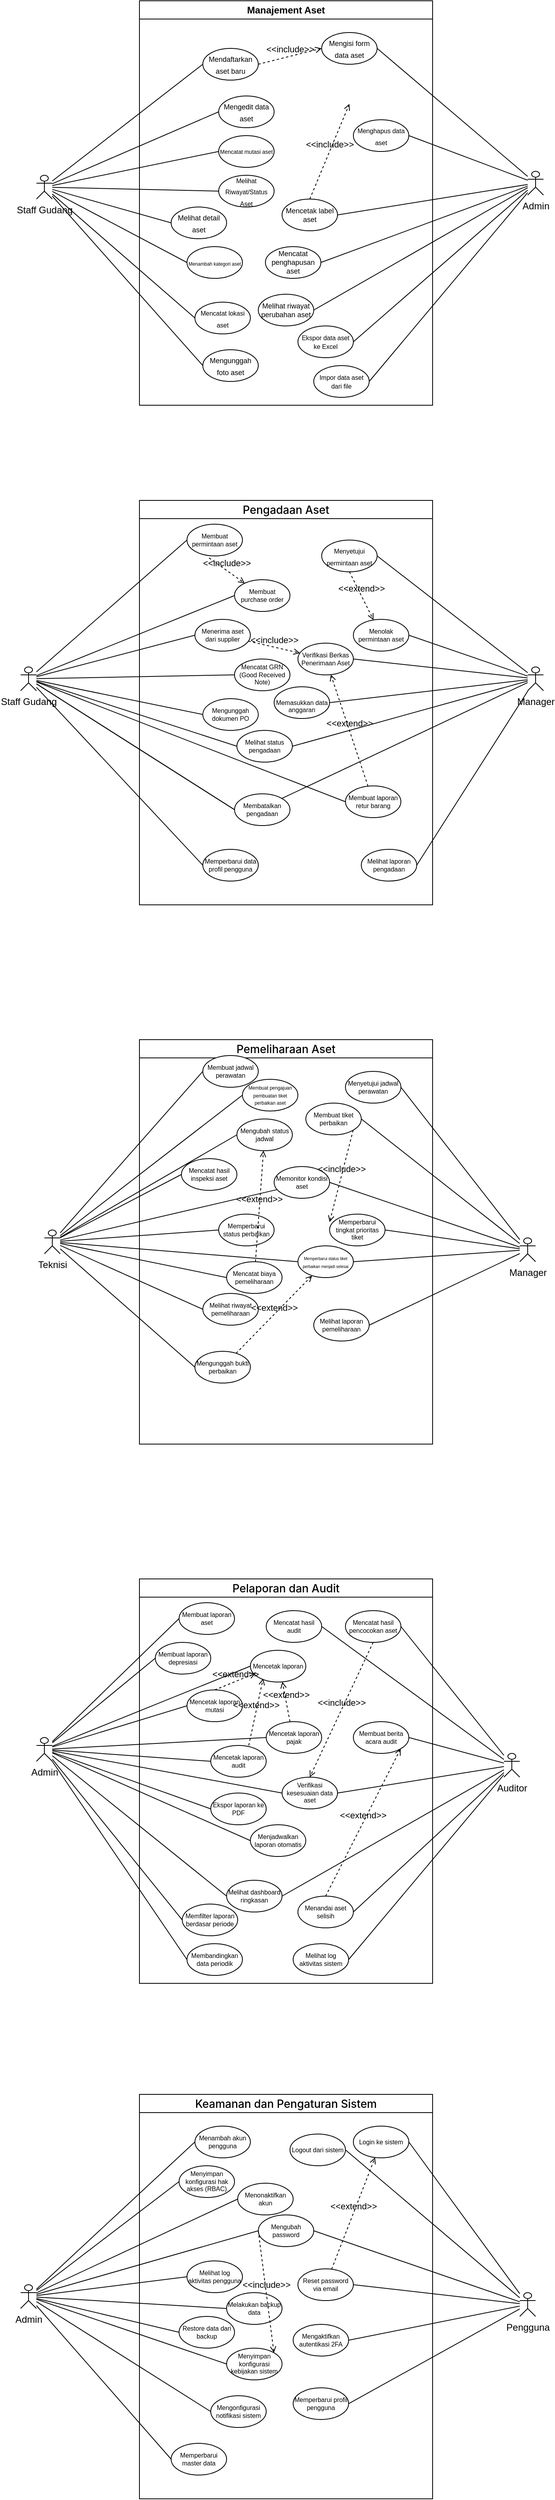
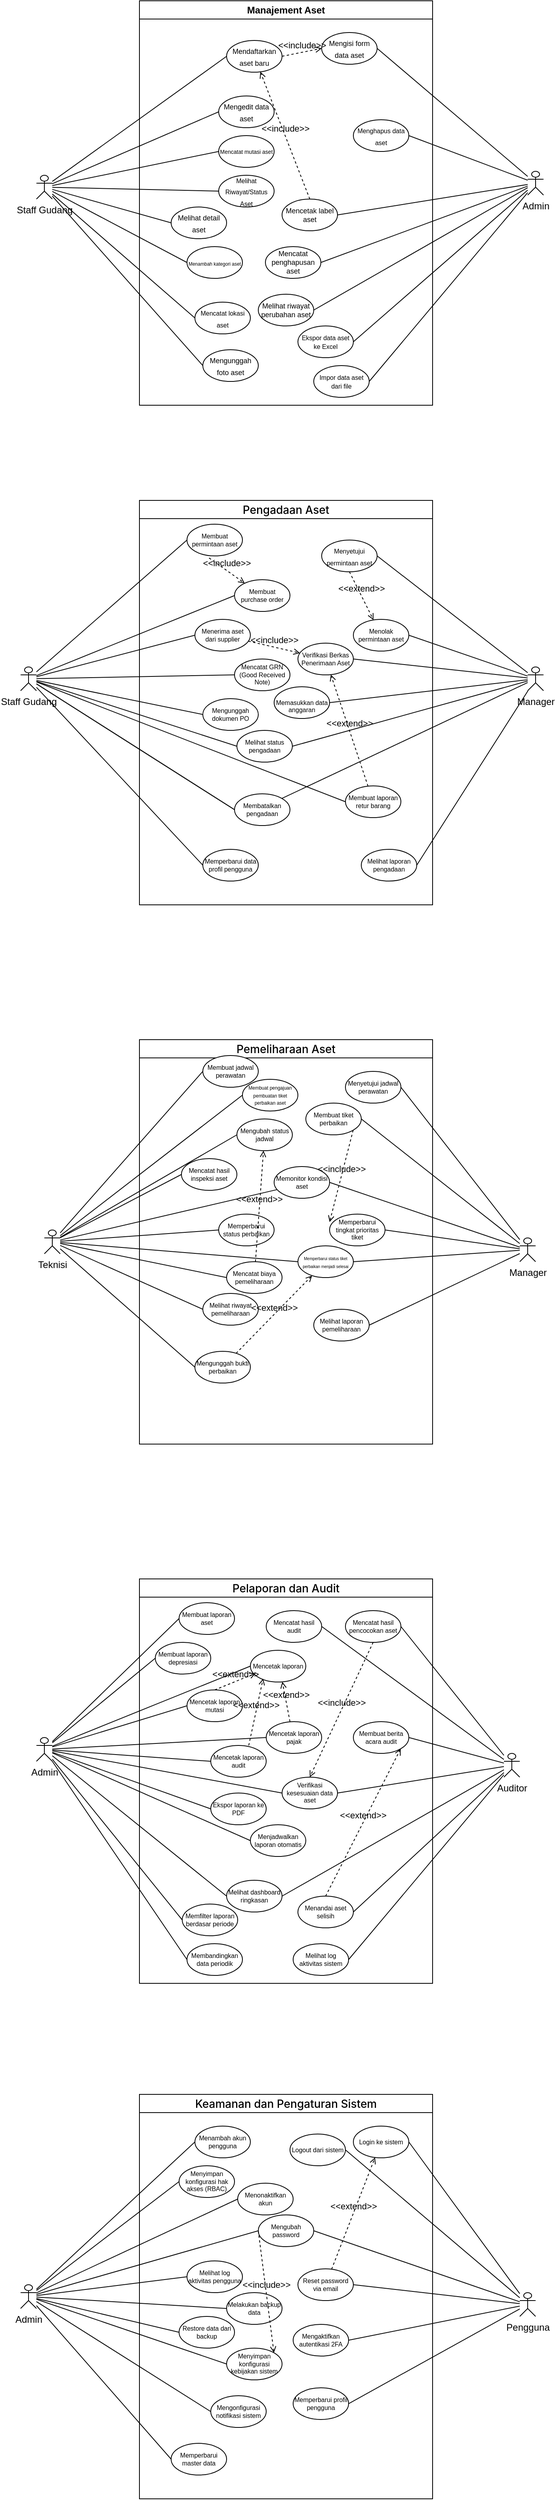
<mxfile host="app.diagrams.net">
  <diagram name="Halaman-1" id="vrqg1WvFMhjWSPYmkqD6">
    <mxGraphModel dx="624" dy="344" grid="1" gridSize="10" guides="1" tooltips="1" connect="1" arrows="1" fold="1" page="1" pageScale="1" pageWidth="827" pageHeight="1169" math="0" shadow="0">
      <root>
        <mxCell id="0" />
        <mxCell id="1" parent="0" />
        <mxCell id="ttJMnmOJ9A8DWHro3bs2-210" parent="1" style="shape=umlActor;verticalLabelPosition=bottom;verticalAlign=top;html=1;outlineConnect=0;" value="Staff Gudang" vertex="1">
          <mxGeometry height="30" width="20" x="90" y="310" as="geometry" />
        </mxCell>
        <mxCell id="ttJMnmOJ9A8DWHro3bs2-211" parent="1" style="shape=umlActor;verticalLabelPosition=bottom;verticalAlign=top;html=1;outlineConnect=0;" value="Admin" vertex="1">
          <mxGeometry height="30" width="20" x="710" y="305" as="geometry" />
        </mxCell>
-         <mxCell id="ttJMnmOJ9A8DWHro3bs2-212" parent="1" style="ellipse;whiteSpace=wrap;html=1;align=center;" value="&lt;span style=&quot;&quot;&gt;&lt;font style=&quot;font-size: 9px;&quot;&gt;Mendaftarkan aset baru&lt;/font&gt;&lt;/span&gt;" vertex="1">
-           <mxGeometry height="40" width="70" x="300" y="150" as="geometry" />
-         </mxCell>
        <mxCell id="ttJMnmOJ9A8DWHro3bs2-215" edge="1" parent="1" source="ttJMnmOJ9A8DWHro3bs2-216" style="rounded=0;orthogonalLoop=1;jettySize=auto;html=1;exitX=0;exitY=0.5;exitDx=0;exitDy=0;endArrow=none;endFill=0;" target="ttJMnmOJ9A8DWHro3bs2-210">
          <mxGeometry relative="1" as="geometry" />
        </mxCell>
        <mxCell id="ttJMnmOJ9A8DWHro3bs2-217" edge="1" parent="1" source="ttJMnmOJ9A8DWHro3bs2-218" style="rounded=0;orthogonalLoop=1;jettySize=auto;html=1;exitX=0;exitY=0.5;exitDx=0;exitDy=0;endArrow=none;endFill=0;" target="ttJMnmOJ9A8DWHro3bs2-210">
          <mxGeometry relative="1" as="geometry" />
        </mxCell>
        <mxCell id="ttJMnmOJ9A8DWHro3bs2-219" parent="1" style="ellipse;whiteSpace=wrap;html=1;align=center;" value="&lt;span style=&quot;font-size: 6px;&quot;&gt;Menambah kategori aset&lt;/span&gt;" vertex="1">
          <mxGeometry height="40" width="70" x="280" y="400" as="geometry" />
        </mxCell>
        <mxCell id="ttJMnmOJ9A8DWHro3bs2-220" parent="1" style="ellipse;whiteSpace=wrap;html=1;align=center;" value="&lt;span style=&quot;&quot;&gt;&lt;font style=&quot;font-size: 9px;&quot;&gt;Mengunggah foto aset&lt;/font&gt;&lt;/span&gt;" vertex="1">
          <mxGeometry height="40" width="70" x="300" y="530" as="geometry" />
        </mxCell>
        <mxCell id="ttJMnmOJ9A8DWHro3bs2-221" parent="1" style="ellipse;whiteSpace=wrap;html=1;align=center;" value="&lt;span style=&quot;&quot;&gt;&lt;font style=&quot;font-size: 9px;&quot;&gt;Mengedit data aset&lt;/font&gt;&lt;/span&gt;" vertex="1">
          <mxGeometry height="40" width="70" x="320" y="210" as="geometry" />
        </mxCell>
        <mxCell id="ttJMnmOJ9A8DWHro3bs2-222" parent="1" style="ellipse;whiteSpace=wrap;html=1;align=center;" value="&lt;span style=&quot;&quot;&gt;&lt;font style=&quot;font-size: 8px;&quot;&gt;Mencatat lokasi aset&lt;/font&gt;&lt;/span&gt;" vertex="1">
          <mxGeometry height="40" width="70" x="290" y="470" as="geometry" />
        </mxCell>
        <mxCell id="ttJMnmOJ9A8DWHro3bs2-223" parent="1" style="ellipse;whiteSpace=wrap;html=1;align=center;" value="&lt;span style=&quot;&quot;&gt;&lt;font style=&quot;font-size: 9px;&quot;&gt;Mengisi form data aset&lt;/font&gt;&lt;/span&gt;" vertex="1">
          <mxGeometry height="40" width="70" x="450" y="130" as="geometry" />
        </mxCell>
        <mxCell id="ttJMnmOJ9A8DWHro3bs2-226" edge="1" parent="1" source="ttJMnmOJ9A8DWHro3bs2-227" style="rounded=0;orthogonalLoop=1;jettySize=auto;html=1;exitX=1;exitY=0.5;exitDx=0;exitDy=0;endArrow=none;endFill=0;" target="ttJMnmOJ9A8DWHro3bs2-211">
          <mxGeometry relative="1" as="geometry">
            <mxPoint x="710" y="340" as="targetPoint" />
          </mxGeometry>
        </mxCell>
        <mxCell id="ttJMnmOJ9A8DWHro3bs2-232" edge="1" parent="1" source="ttJMnmOJ9A8DWHro3bs2-212" style="rounded=0;orthogonalLoop=1;jettySize=auto;html=1;exitX=0;exitY=0.5;exitDx=0;exitDy=0;endArrow=none;endFill=0;" target="ttJMnmOJ9A8DWHro3bs2-210">
          <mxGeometry relative="1" as="geometry" />
        </mxCell>
        <mxCell id="ttJMnmOJ9A8DWHro3bs2-233" edge="1" parent="1" source="ttJMnmOJ9A8DWHro3bs2-221" style="rounded=0;orthogonalLoop=1;jettySize=auto;html=1;exitX=0;exitY=0.5;exitDx=0;exitDy=0;endArrow=none;endFill=0;" target="ttJMnmOJ9A8DWHro3bs2-210">
          <mxGeometry relative="1" as="geometry" />
        </mxCell>
        <mxCell id="ttJMnmOJ9A8DWHro3bs2-234" edge="1" parent="1" source="ttJMnmOJ9A8DWHro3bs2-220" style="rounded=0;orthogonalLoop=1;jettySize=auto;html=1;exitX=0;exitY=0.5;exitDx=0;exitDy=0;endArrow=none;endFill=0;" target="ttJMnmOJ9A8DWHro3bs2-210">
          <mxGeometry relative="1" as="geometry" />
        </mxCell>
        <mxCell id="ttJMnmOJ9A8DWHro3bs2-235" edge="1" parent="1" source="ttJMnmOJ9A8DWHro3bs2-219" style="rounded=0;orthogonalLoop=1;jettySize=auto;html=1;exitX=0;exitY=0.5;exitDx=0;exitDy=0;startSize=5;endArrow=none;endFill=0;" target="ttJMnmOJ9A8DWHro3bs2-210">
          <mxGeometry relative="1" as="geometry" />
        </mxCell>
        <mxCell id="ttJMnmOJ9A8DWHro3bs2-236" edge="1" parent="1" source="ttJMnmOJ9A8DWHro3bs2-222" style="rounded=0;orthogonalLoop=1;jettySize=auto;html=1;exitX=0;exitY=0.5;exitDx=0;exitDy=0;endArrow=none;endFill=0;" target="ttJMnmOJ9A8DWHro3bs2-210">
          <mxGeometry relative="1" as="geometry" />
        </mxCell>
        <mxCell id="ttJMnmOJ9A8DWHro3bs2-237" edge="1" parent="1" source="ttJMnmOJ9A8DWHro3bs2-223" style="rounded=0;orthogonalLoop=1;jettySize=auto;html=1;exitX=1;exitY=0.5;exitDx=0;exitDy=0;endArrow=none;endFill=0;" target="ttJMnmOJ9A8DWHro3bs2-211">
          <mxGeometry relative="1" as="geometry" />
        </mxCell>
        <mxCell id="ttJMnmOJ9A8DWHro3bs2-240" edge="1" parent="1" source="ttJMnmOJ9A8DWHro3bs2-230" style="rounded=0;orthogonalLoop=1;jettySize=auto;html=1;exitX=1;exitY=0.5;exitDx=0;exitDy=0;endArrow=none;endFill=0;" target="ttJMnmOJ9A8DWHro3bs2-211">
          <mxGeometry relative="1" as="geometry" />
        </mxCell>
        <mxCell id="ttJMnmOJ9A8DWHro3bs2-241" edge="1" parent="1" source="ttJMnmOJ9A8DWHro3bs2-228" style="rounded=0;orthogonalLoop=1;jettySize=auto;html=1;exitX=1;exitY=0.5;exitDx=0;exitDy=0;endArrow=none;endFill=0;" target="ttJMnmOJ9A8DWHro3bs2-211">
          <mxGeometry relative="1" as="geometry" />
        </mxCell>
        <mxCell id="ttJMnmOJ9A8DWHro3bs2-242" edge="1" parent="1" source="ttJMnmOJ9A8DWHro3bs2-225" style="rounded=0;orthogonalLoop=1;jettySize=auto;html=1;exitX=1;exitY=0.5;exitDx=0;exitDy=0;endArrow=none;endFill=0;" target="ttJMnmOJ9A8DWHro3bs2-211">
          <mxGeometry relative="1" as="geometry" />
        </mxCell>
        <mxCell id="ttJMnmOJ9A8DWHro3bs2-243" edge="1" parent="1" source="ttJMnmOJ9A8DWHro3bs2-231" style="rounded=0;orthogonalLoop=1;jettySize=auto;html=1;exitX=1;exitY=0.5;exitDx=0;exitDy=0;endArrow=none;endFill=0;" target="ttJMnmOJ9A8DWHro3bs2-211">
          <mxGeometry relative="1" as="geometry" />
        </mxCell>
-         <mxCell id="ttJMnmOJ9A8DWHro3bs2-244" edge="1" parent="1" source="ttJMnmOJ9A8DWHro3bs2-228" style="html=1;verticalAlign=bottom;labelBackgroundColor=none;endArrow=open;endFill=0;dashed=1;rounded=0;exitX=0.5;exitY=0;exitDx=0;exitDy=0;entryX=0.5;entryY=1;entryDx=0;entryDy=0;" value="&amp;lt;&amp;lt;include&amp;gt;&amp;gt;">
-           <mxGeometry relative="1" width="160" as="geometry">
-             <mxPoint x="380" y="390" as="sourcePoint" />
-             <mxPoint x="485" y="220" as="targetPoint" />
-           </mxGeometry>
-         </mxCell>
        <mxCell id="ttJMnmOJ9A8DWHro3bs2-245" edge="1" parent="1" source="ttJMnmOJ9A8DWHro3bs2-212" style="html=1;verticalAlign=bottom;labelBackgroundColor=none;endArrow=open;endFill=0;dashed=1;rounded=0;entryX=0;entryY=0.5;entryDx=0;entryDy=0;exitX=1;exitY=0.5;exitDx=0;exitDy=0;" target="ttJMnmOJ9A8DWHro3bs2-223" value="&amp;lt;&amp;lt;include&amp;gt;&amp;gt;">
          <mxGeometry relative="1" width="160" as="geometry">
            <mxPoint x="400" y="170" as="sourcePoint" />
            <mxPoint x="560" y="170" as="targetPoint" />
          </mxGeometry>
        </mxCell>
        <mxCell id="ttJMnmOJ9A8DWHro3bs2-248" parent="1" style="swimlane;whiteSpace=wrap;html=1;startSize=23;" value="Manajement Aset" vertex="1">
          <mxGeometry height="510" width="370" x="220" y="90" as="geometry" />
        </mxCell>
        <mxCell id="ttJMnmOJ9A8DWHro3bs2-218" parent="ttJMnmOJ9A8DWHro3bs2-248" style="ellipse;whiteSpace=wrap;html=1;align=center;" value="&lt;span style=&quot;&quot;&gt;&lt;font style=&quot;font-size: 9px;&quot;&gt;Melihat detail aset&lt;/font&gt;&lt;/span&gt;" vertex="1">
          <mxGeometry height="40" width="70" x="40" y="260" as="geometry" />
        </mxCell>
        <mxCell id="ttJMnmOJ9A8DWHro3bs2-216" parent="ttJMnmOJ9A8DWHro3bs2-248" style="ellipse;whiteSpace=wrap;html=1;align=center;" value="&lt;font style=&quot;font-size: 8px;&quot;&gt;Melihat Riwayat/Status Aset&lt;/font&gt;" vertex="1">
          <mxGeometry height="40" width="70" x="100" y="220" as="geometry" />
        </mxCell>
        <mxCell id="ttJMnmOJ9A8DWHro3bs2-230" parent="ttJMnmOJ9A8DWHro3bs2-248" style="ellipse;whiteSpace=wrap;html=1;verticalAlign=middle;fontSize=9;align=center;" value="Mencatat penghapusan aset" vertex="1">
          <mxGeometry height="40" width="70" x="159" y="310" as="geometry" />
        </mxCell>
        <mxCell id="ttJMnmOJ9A8DWHro3bs2-214" parent="ttJMnmOJ9A8DWHro3bs2-248" style="ellipse;whiteSpace=wrap;html=1;align=center;" value="&lt;span style=&quot;&quot;&gt;&lt;font style=&quot;font-size: 8px;&quot;&gt;Menghapus data aset&lt;/font&gt;&lt;/span&gt;" vertex="1">
          <mxGeometry height="40" width="70" x="270" y="150" as="geometry" />
        </mxCell>
        <mxCell id="ttJMnmOJ9A8DWHro3bs2-229" parent="ttJMnmOJ9A8DWHro3bs2-248" style="ellipse;whiteSpace=wrap;html=1;verticalAlign=middle;fontSize=9;align=center;" value="&lt;font style=&quot;font-size: 7px;&quot;&gt;Mencatat mutasi aset&lt;/font&gt;" vertex="1">
          <mxGeometry height="40" width="70" x="100" y="170" as="geometry" />
        </mxCell>
        <mxCell id="ttJMnmOJ9A8DWHro3bs2-225" parent="ttJMnmOJ9A8DWHro3bs2-248" style="ellipse;whiteSpace=wrap;html=1;verticalAlign=middle;fontSize=9;align=center;" value="Melihat riwayat perubahan aset" vertex="1">
          <mxGeometry height="40" width="70" x="150" y="370" as="geometry" />
        </mxCell>
        <mxCell id="ttJMnmOJ9A8DWHro3bs2-231" parent="ttJMnmOJ9A8DWHro3bs2-248" style="ellipse;whiteSpace=wrap;html=1;verticalAlign=middle;fontSize=9;align=center;" value="&lt;font style=&quot;font-size: 8px;&quot;&gt;Impor data aset dari file&lt;/font&gt;" vertex="1">
          <mxGeometry height="40" width="70" x="220" y="460" as="geometry" />
        </mxCell>
        <mxCell id="ttJMnmOJ9A8DWHro3bs2-227" parent="ttJMnmOJ9A8DWHro3bs2-248" style="ellipse;whiteSpace=wrap;html=1;verticalAlign=middle;fontSize=9;align=center;" value="&lt;font style=&quot;font-size: 8px;&quot;&gt;Ekspor data aset ke Excel&lt;/font&gt;" vertex="1">
          <mxGeometry height="40" width="70" x="200" y="410" as="geometry" />
        </mxCell>
        <mxCell id="ttJMnmOJ9A8DWHro3bs2-228" parent="ttJMnmOJ9A8DWHro3bs2-248" style="ellipse;whiteSpace=wrap;html=1;verticalAlign=middle;fontSize=9;align=center;" value="Mencetak label aset" vertex="1">
          <mxGeometry height="40" width="70" x="180" y="250" as="geometry" />
+         </mxCell>
+         <mxCell id="ttJMnmOJ9A8DWHro3bs2-212" parent="ttJMnmOJ9A8DWHro3bs2-248" style="ellipse;whiteSpace=wrap;html=1;align=center;" value="&lt;span style=&quot;&quot;&gt;&lt;font style=&quot;font-size: 9px;&quot;&gt;Mendaftarkan aset baru&lt;/font&gt;&lt;/span&gt;" vertex="1">
+           <mxGeometry height="40" width="70" x="110" y="50" as="geometry" />
+         </mxCell>
+         <mxCell id="ttJMnmOJ9A8DWHro3bs2-244" edge="1" parent="ttJMnmOJ9A8DWHro3bs2-248" source="ttJMnmOJ9A8DWHro3bs2-228" style="html=1;verticalAlign=bottom;labelBackgroundColor=none;endArrow=open;endFill=0;dashed=1;rounded=0;exitX=0.5;exitY=0;exitDx=0;exitDy=0;" target="ttJMnmOJ9A8DWHro3bs2-212" value="&amp;lt;&amp;lt;include&amp;gt;&amp;gt;">
+           <mxGeometry relative="1" width="160" as="geometry">
+             <mxPoint x="160" y="300" as="sourcePoint" />
+             <mxPoint x="265" y="130" as="targetPoint" />
+           </mxGeometry>
        </mxCell>
        <mxCell id="ttJMnmOJ9A8DWHro3bs2-249" parent="1" style="swimlane;whiteSpace=wrap;html=1;startSize=23;" value="&lt;span style=&quot;font-family: &amp;quot;Anthropic Sans&amp;quot;, -apple-system, BlinkMacSystemFont, &amp;quot;Segoe UI&amp;quot;, sans-serif; font-size: 14px; font-weight: 500; text-align: start; white-space: nowrap;&quot;&gt;Pengadaan Aset&lt;/span&gt;" vertex="1">
          <mxGeometry height="510" width="370" x="220" y="720" as="geometry" />
        </mxCell>
        <mxCell id="ttJMnmOJ9A8DWHro3bs2-253" parent="ttJMnmOJ9A8DWHro3bs2-249" style="ellipse;whiteSpace=wrap;html=1;align=center;fontSize=8;" value="&lt;span style=&quot;&quot;&gt;Membuat permintaan aset&lt;/span&gt;" vertex="1">
          <mxGeometry height="40" width="70" x="60" y="30" as="geometry" />
        </mxCell>
        <mxCell id="ttJMnmOJ9A8DWHro3bs2-254" parent="ttJMnmOJ9A8DWHro3bs2-249" style="ellipse;whiteSpace=wrap;html=1;align=center;fontSize=8;" value="&lt;span style=&quot;&quot;&gt;Membuat purchase order&lt;/span&gt;" vertex="1">
          <mxGeometry height="40" width="70" x="120" y="100" as="geometry" />
        </mxCell>
        <mxCell id="ttJMnmOJ9A8DWHro3bs2-260" parent="ttJMnmOJ9A8DWHro3bs2-249" style="ellipse;whiteSpace=wrap;html=1;align=center;fontSize=8;" value="&lt;span style=&quot;&quot;&gt;Menerima aset dari supplier&lt;/span&gt;" vertex="1">
          <mxGeometry height="40" width="70" x="70" y="150" as="geometry" />
        </mxCell>
        <mxCell id="ttJMnmOJ9A8DWHro3bs2-255" parent="ttJMnmOJ9A8DWHro3bs2-249" style="ellipse;whiteSpace=wrap;html=1;align=center;fontSize=8;" value="Memperbarui data profil pengguna" vertex="1">
          <mxGeometry height="40" width="70" x="80" y="440" as="geometry" />
        </mxCell>
        <mxCell id="ttJMnmOJ9A8DWHro3bs2-258" parent="ttJMnmOJ9A8DWHro3bs2-249" style="ellipse;whiteSpace=wrap;html=1;align=center;fontSize=8;" value="&lt;span style=&quot;&quot;&gt;Mencatat GRN (Good Received Note)&lt;/span&gt;" vertex="1">
          <mxGeometry height="40" width="70" x="120" y="200" as="geometry" />
        </mxCell>
        <mxCell id="ttJMnmOJ9A8DWHro3bs2-259" parent="ttJMnmOJ9A8DWHro3bs2-249" style="ellipse;whiteSpace=wrap;html=1;align=center;fontSize=8;" value="&lt;span style=&quot;&quot;&gt;Membatalkan pengadaan&lt;/span&gt;" vertex="1">
          <mxGeometry height="40" width="70" x="120" y="370" as="geometry" />
        </mxCell>
        <mxCell id="ttJMnmOJ9A8DWHro3bs2-256" parent="ttJMnmOJ9A8DWHro3bs2-249" style="ellipse;whiteSpace=wrap;html=1;align=center;fontSize=8;" value="&lt;span style=&quot;&quot;&gt;Mengunggah dokumen PO&lt;/span&gt;" vertex="1">
          <mxGeometry height="40" width="70" x="80" y="250" as="geometry" />
        </mxCell>
        <mxCell id="ttJMnmOJ9A8DWHro3bs2-257" parent="ttJMnmOJ9A8DWHro3bs2-249" style="ellipse;whiteSpace=wrap;html=1;align=center;fontSize=8;" value="&lt;span style=&quot;&quot;&gt;Melihat status pengadaan&lt;/span&gt;" vertex="1">
          <mxGeometry height="40" width="70" x="123" y="290" as="geometry" />
        </mxCell>
        <mxCell id="ttJMnmOJ9A8DWHro3bs2-263" parent="ttJMnmOJ9A8DWHro3bs2-249" style="ellipse;whiteSpace=wrap;html=1;align=center;" value="&lt;span style=&quot;&quot;&gt;&lt;font style=&quot;font-size: 8px;&quot;&gt;Menyetujui permintaan aset&lt;/font&gt;&lt;/span&gt;" vertex="1">
          <mxGeometry height="40" width="70" x="230" y="50" as="geometry" />
        </mxCell>
        <mxCell id="ttJMnmOJ9A8DWHro3bs2-261" parent="ttJMnmOJ9A8DWHro3bs2-249" style="ellipse;whiteSpace=wrap;html=1;align=center;fontSize=8;" value="&lt;span style=&quot;&quot;&gt;Menolak permintaan aset&lt;/span&gt;" vertex="1">
          <mxGeometry height="40" width="70" x="270" y="150" as="geometry" />
        </mxCell>
        <mxCell id="ttJMnmOJ9A8DWHro3bs2-262" parent="ttJMnmOJ9A8DWHro3bs2-249" style="ellipse;whiteSpace=wrap;html=1;align=center;fontSize=8;" value="&lt;br&gt;&lt;div&gt;Memasukkan data anggaran&lt;/div&gt;" vertex="1">
          <mxGeometry height="40" width="70" x="170" y="235" as="geometry" />
        </mxCell>
        <mxCell id="ttJMnmOJ9A8DWHro3bs2-264" parent="ttJMnmOJ9A8DWHro3bs2-249" style="ellipse;whiteSpace=wrap;html=1;align=center;fontSize=8;" value="&lt;span style=&quot;&quot;&gt;Melihat laporan pengadaan&lt;/span&gt;" vertex="1">
          <mxGeometry height="40" width="70" x="280" y="440" as="geometry" />
        </mxCell>
        <mxCell id="ttJMnmOJ9A8DWHro3bs2-265" parent="ttJMnmOJ9A8DWHro3bs2-249" style="ellipse;whiteSpace=wrap;html=1;align=center;fontSize=8;" value="Verifikasi Berkas Penerimaan Aset" vertex="1">
          <mxGeometry height="40" width="70" x="200" y="180" as="geometry" />
        </mxCell>
        <mxCell id="ttJMnmOJ9A8DWHro3bs2-286" edge="1" parent="ttJMnmOJ9A8DWHro3bs2-249" source="ttJMnmOJ9A8DWHro3bs2-263" style="html=1;verticalAlign=bottom;labelBackgroundColor=none;endArrow=open;endFill=0;dashed=1;rounded=0;exitX=0.5;exitY=1;exitDx=0;exitDy=0;" target="ttJMnmOJ9A8DWHro3bs2-261" value="&amp;lt;&amp;lt;extend&amp;gt;&amp;gt;">
          <mxGeometry relative="1" width="160" as="geometry">
            <mxPoint x="220" y="80" as="sourcePoint" />
            <mxPoint x="270" y="84" as="targetPoint" />
          </mxGeometry>
        </mxCell>
        <mxCell id="Ji7-jTJ7KOdppPhq-gUy-3" edge="1" parent="ttJMnmOJ9A8DWHro3bs2-249" source="ttJMnmOJ9A8DWHro3bs2-253" style="html=1;verticalAlign=bottom;labelBackgroundColor=none;endArrow=open;endFill=0;dashed=1;rounded=0;exitX=0.398;exitY=1.064;exitDx=0;exitDy=0;exitPerimeter=0;" target="ttJMnmOJ9A8DWHro3bs2-254" value="&amp;lt;&amp;lt;include&amp;gt;&amp;gt;">
          <mxGeometry relative="1" width="160" as="geometry">
            <mxPoint x="210" y="70" as="sourcePoint" />
            <mxPoint x="232" y="173" as="targetPoint" />
          </mxGeometry>
        </mxCell>
        <mxCell id="Ji7-jTJ7KOdppPhq-gUy-5" edge="1" parent="ttJMnmOJ9A8DWHro3bs2-249" source="ttJMnmOJ9A8DWHro3bs2-260" style="html=1;verticalAlign=bottom;labelBackgroundColor=none;endArrow=open;endFill=0;dashed=1;rounded=0;" target="ttJMnmOJ9A8DWHro3bs2-265" value="&amp;lt;&amp;lt;include&amp;gt;&amp;gt;">
          <mxGeometry relative="1" width="160" as="geometry">
            <mxPoint x="190" y="150" as="sourcePoint" />
            <mxPoint x="235" y="182" as="targetPoint" />
          </mxGeometry>
        </mxCell>
        <mxCell id="Ji7-jTJ7KOdppPhq-gUy-6" parent="ttJMnmOJ9A8DWHro3bs2-249" style="ellipse;whiteSpace=wrap;html=1;align=center;fontSize=8;" value="&lt;span style=&quot;&quot;&gt;Me&lt;/span&gt;&lt;span style=&quot;background-color: transparent; color: light-dark(rgb(0, 0, 0), rgb(255, 255, 255));&quot;&gt;mbuat laporan retur barang&lt;/span&gt;" vertex="1">
          <mxGeometry height="40" width="70" x="260" y="360" as="geometry" />
        </mxCell>
        <mxCell id="Ji7-jTJ7KOdppPhq-gUy-8" edge="1" parent="ttJMnmOJ9A8DWHro3bs2-249" source="Ji7-jTJ7KOdppPhq-gUy-6" style="html=1;verticalAlign=bottom;labelBackgroundColor=none;endArrow=open;endFill=0;dashed=1;rounded=0;" target="ttJMnmOJ9A8DWHro3bs2-265" value="&amp;lt;&amp;lt;extend&amp;gt;&amp;gt;">
          <mxGeometry relative="1" width="160" as="geometry">
            <mxPoint x="300" y="340" as="sourcePoint" />
            <mxPoint x="330" y="401" as="targetPoint" />
          </mxGeometry>
        </mxCell>
        <mxCell id="ttJMnmOJ9A8DWHro3bs2-250" parent="1" style="shape=umlActor;verticalLabelPosition=bottom;verticalAlign=top;html=1;outlineConnect=0;" value="Staff Gudang" vertex="1">
          <mxGeometry height="30" width="20" x="70" y="930" as="geometry" />
        </mxCell>
        <mxCell id="ttJMnmOJ9A8DWHro3bs2-251" parent="1" style="shape=umlActor;verticalLabelPosition=bottom;verticalAlign=top;html=1;outlineConnect=0;" value="Manager" vertex="1">
          <mxGeometry height="30" width="20" x="710" y="930" as="geometry" />
        </mxCell>
        <mxCell id="ttJMnmOJ9A8DWHro3bs2-274" edge="1" parent="1" source="ttJMnmOJ9A8DWHro3bs2-256" style="rounded=0;orthogonalLoop=1;jettySize=auto;html=1;exitX=0;exitY=0.5;exitDx=0;exitDy=0;endArrow=none;endFill=0;" target="ttJMnmOJ9A8DWHro3bs2-250">
          <mxGeometry relative="1" as="geometry" />
        </mxCell>
        <mxCell id="ttJMnmOJ9A8DWHro3bs2-275" edge="1" parent="1" source="ttJMnmOJ9A8DWHro3bs2-257" style="rounded=0;orthogonalLoop=1;jettySize=auto;html=1;exitX=0;exitY=0.5;exitDx=0;exitDy=0;endArrow=none;endFill=0;" target="ttJMnmOJ9A8DWHro3bs2-250">
          <mxGeometry relative="1" as="geometry" />
        </mxCell>
        <mxCell id="ttJMnmOJ9A8DWHro3bs2-266" edge="1" parent="1" source="ttJMnmOJ9A8DWHro3bs2-253" style="rounded=0;orthogonalLoop=1;jettySize=auto;html=1;exitX=0;exitY=0.5;exitDx=0;exitDy=0;endArrow=none;endFill=0;" target="ttJMnmOJ9A8DWHro3bs2-250">
          <mxGeometry relative="1" as="geometry" />
        </mxCell>
        <mxCell id="ttJMnmOJ9A8DWHro3bs2-267" edge="1" parent="1" source="ttJMnmOJ9A8DWHro3bs2-254" style="rounded=0;orthogonalLoop=1;jettySize=auto;html=1;exitX=0;exitY=0.5;exitDx=0;exitDy=0;endArrow=none;endFill=0;" target="ttJMnmOJ9A8DWHro3bs2-250">
          <mxGeometry relative="1" as="geometry" />
        </mxCell>
        <mxCell id="ttJMnmOJ9A8DWHro3bs2-268" edge="1" parent="1" source="ttJMnmOJ9A8DWHro3bs2-260" style="rounded=0;orthogonalLoop=1;jettySize=auto;html=1;exitX=0;exitY=0.5;exitDx=0;exitDy=0;endArrow=none;endFill=0;" target="ttJMnmOJ9A8DWHro3bs2-250">
          <mxGeometry relative="1" as="geometry" />
        </mxCell>
        <mxCell id="ttJMnmOJ9A8DWHro3bs2-269" edge="1" parent="1" source="ttJMnmOJ9A8DWHro3bs2-255" style="rounded=0;orthogonalLoop=1;jettySize=auto;html=1;exitX=0;exitY=0.5;exitDx=0;exitDy=0;endArrow=none;endFill=0;" target="ttJMnmOJ9A8DWHro3bs2-250">
          <mxGeometry relative="1" as="geometry" />
        </mxCell>
        <mxCell id="ttJMnmOJ9A8DWHro3bs2-271" edge="1" parent="1" source="ttJMnmOJ9A8DWHro3bs2-259" style="rounded=0;orthogonalLoop=1;jettySize=auto;html=1;exitX=0;exitY=0.5;exitDx=0;exitDy=0;endArrow=none;endFill=0;" target="ttJMnmOJ9A8DWHro3bs2-250">
          <mxGeometry relative="1" as="geometry" />
        </mxCell>
        <mxCell id="ttJMnmOJ9A8DWHro3bs2-272" edge="1" parent="1" source="ttJMnmOJ9A8DWHro3bs2-259" style="rounded=0;orthogonalLoop=1;jettySize=auto;html=1;exitX=0;exitY=0.5;exitDx=0;exitDy=0;endArrow=none;endFill=0;" target="ttJMnmOJ9A8DWHro3bs2-250">
          <mxGeometry relative="1" as="geometry" />
        </mxCell>
        <mxCell id="ttJMnmOJ9A8DWHro3bs2-276" edge="1" parent="1" source="ttJMnmOJ9A8DWHro3bs2-258" style="rounded=0;orthogonalLoop=1;jettySize=auto;html=1;exitX=0;exitY=0.5;exitDx=0;exitDy=0;endArrow=none;endFill=0;" target="ttJMnmOJ9A8DWHro3bs2-250" value="">
          <mxGeometry relative="1" as="geometry">
            <mxPoint x="330" y="1030" as="sourcePoint" />
            <mxPoint x="120" y="900" as="targetPoint" />
          </mxGeometry>
        </mxCell>
        <mxCell id="ttJMnmOJ9A8DWHro3bs2-278" edge="1" parent="1" source="ttJMnmOJ9A8DWHro3bs2-263" style="rounded=0;orthogonalLoop=1;jettySize=auto;html=1;exitX=1;exitY=0.5;exitDx=0;exitDy=0;endArrow=none;endFill=0;" target="ttJMnmOJ9A8DWHro3bs2-251">
          <mxGeometry relative="1" as="geometry" />
        </mxCell>
        <mxCell id="ttJMnmOJ9A8DWHro3bs2-279" edge="1" parent="1" source="ttJMnmOJ9A8DWHro3bs2-261" style="rounded=0;orthogonalLoop=1;jettySize=auto;html=1;exitX=1;exitY=0.5;exitDx=0;exitDy=0;endArrow=none;endFill=0;" target="ttJMnmOJ9A8DWHro3bs2-251">
          <mxGeometry relative="1" as="geometry" />
        </mxCell>
        <mxCell id="ttJMnmOJ9A8DWHro3bs2-280" edge="1" parent="1" source="ttJMnmOJ9A8DWHro3bs2-262" style="rounded=0;orthogonalLoop=1;jettySize=auto;html=1;exitX=1;exitY=0.5;exitDx=0;exitDy=0;endArrow=none;endFill=0;" target="ttJMnmOJ9A8DWHro3bs2-251">
          <mxGeometry relative="1" as="geometry" />
        </mxCell>
        <mxCell id="ttJMnmOJ9A8DWHro3bs2-281" edge="1" parent="1" source="ttJMnmOJ9A8DWHro3bs2-264" style="rounded=0;orthogonalLoop=1;jettySize=auto;html=1;exitX=1;exitY=0.5;exitDx=0;exitDy=0;endArrow=none;endFill=0;" target="ttJMnmOJ9A8DWHro3bs2-251">
          <mxGeometry relative="1" as="geometry" />
        </mxCell>
        <mxCell id="ttJMnmOJ9A8DWHro3bs2-282" edge="1" parent="1" source="ttJMnmOJ9A8DWHro3bs2-265" style="rounded=0;orthogonalLoop=1;jettySize=auto;html=1;exitX=1;exitY=0.5;exitDx=0;exitDy=0;endArrow=none;endFill=0;" target="ttJMnmOJ9A8DWHro3bs2-251">
          <mxGeometry relative="1" as="geometry" />
        </mxCell>
        <mxCell id="ttJMnmOJ9A8DWHro3bs2-319" parent="1" style="swimlane;whiteSpace=wrap;html=1;startSize=23;" value="&lt;span style=&quot;font-family: &amp;quot;Anthropic Sans&amp;quot;, -apple-system, BlinkMacSystemFont, &amp;quot;Segoe UI&amp;quot;, sans-serif; font-size: 14px; font-weight: 500; text-align: start; white-space: nowrap;&quot;&gt;Pemeliharaan Aset&lt;/span&gt;" vertex="1">
          <mxGeometry height="510" width="370" x="220" y="1400" as="geometry" />
        </mxCell>
        <mxCell id="ttJMnmOJ9A8DWHro3bs2-322" parent="ttJMnmOJ9A8DWHro3bs2-319" style="ellipse;whiteSpace=wrap;html=1;align=center;fontSize=8;" value="Membuat jadwal perawatan" vertex="1">
          <mxGeometry height="40" width="70" x="80" y="20" as="geometry" />
        </mxCell>
        <mxCell id="ttJMnmOJ9A8DWHro3bs2-323" parent="ttJMnmOJ9A8DWHro3bs2-319" style="ellipse;whiteSpace=wrap;html=1;align=center;fontSize=8;" value="Mencatat hasil inspeksi aset" vertex="1">
          <mxGeometry height="40" width="70" x="53" y="150" as="geometry" />
        </mxCell>
        <mxCell id="ttJMnmOJ9A8DWHro3bs2-324" parent="ttJMnmOJ9A8DWHro3bs2-319" style="ellipse;whiteSpace=wrap;html=1;align=center;fontSize=8;" value="Membuat tiket perbaikan" vertex="1">
          <mxGeometry height="40" width="70" x="210" y="80" as="geometry" />
        </mxCell>
        <mxCell id="ttJMnmOJ9A8DWHro3bs2-325" parent="ttJMnmOJ9A8DWHro3bs2-319" style="ellipse;whiteSpace=wrap;html=1;align=center;fontSize=8;" value="Memperbarui status perbaikan" vertex="1">
          <mxGeometry height="40" width="70" x="100" y="220" as="geometry" />
        </mxCell>
        <mxCell id="ttJMnmOJ9A8DWHro3bs2-326" parent="ttJMnmOJ9A8DWHro3bs2-319" style="ellipse;whiteSpace=wrap;html=1;align=center;fontSize=8;" value="Mencatat biaya pemeliharaan" vertex="1">
          <mxGeometry height="40" width="70" x="110" y="280" as="geometry" />
        </mxCell>
        <mxCell id="ttJMnmOJ9A8DWHro3bs2-328" parent="ttJMnmOJ9A8DWHro3bs2-319" style="ellipse;whiteSpace=wrap;html=1;align=center;fontSize=8;" value="Melihat riwayat pemeliharaan" vertex="1">
          <mxGeometry height="40" width="70" x="80" y="320" as="geometry" />
        </mxCell>
        <mxCell id="ttJMnmOJ9A8DWHro3bs2-329" parent="ttJMnmOJ9A8DWHro3bs2-319" style="ellipse;whiteSpace=wrap;html=1;align=center;fontSize=8;" value="Mengunggah bukti perbaikan" vertex="1">
          <mxGeometry height="40" width="70" x="70" y="393" as="geometry" />
        </mxCell>
        <mxCell id="ttJMnmOJ9A8DWHro3bs2-332" parent="ttJMnmOJ9A8DWHro3bs2-319" style="ellipse;whiteSpace=wrap;html=1;align=center;fontSize=8;" value="Memperbarui tingkat prioritas tiket" vertex="1">
          <mxGeometry height="40" width="70" x="240" y="220" as="geometry" />
        </mxCell>
        <mxCell id="ttJMnmOJ9A8DWHro3bs2-333" parent="ttJMnmOJ9A8DWHro3bs2-319" style="ellipse;whiteSpace=wrap;html=1;align=center;fontSize=8;" value="Melihat laporan pemeliharaan" vertex="1">
          <mxGeometry height="40" width="70" x="220" y="340" as="geometry" />
        </mxCell>
        <mxCell id="ttJMnmOJ9A8DWHro3bs2-334" parent="ttJMnmOJ9A8DWHro3bs2-319" style="ellipse;whiteSpace=wrap;html=1;align=center;fontSize=8;" value="&lt;font style=&quot;font-size: 5px;&quot;&gt;Memperbarui status tiket perbaikan menjadi selesai&lt;/font&gt;" vertex="1">
          <mxGeometry height="40" width="70" x="200" y="260" as="geometry" />
        </mxCell>
        <mxCell id="ttJMnmOJ9A8DWHro3bs2-352" edge="1" parent="ttJMnmOJ9A8DWHro3bs2-319" style="edgeStyle=orthogonalEdgeStyle;rounded=0;orthogonalLoop=1;jettySize=auto;html=1;exitX=0.5;exitY=1;exitDx=0;exitDy=0;">
          <mxGeometry relative="1" as="geometry">
            <mxPoint x="265" y="393" as="sourcePoint" />
            <mxPoint x="265" y="393" as="targetPoint" />
          </mxGeometry>
        </mxCell>
        <mxCell id="ttJMnmOJ9A8DWHro3bs2-353" edge="1" parent="ttJMnmOJ9A8DWHro3bs2-319" source="ttJMnmOJ9A8DWHro3bs2-324" style="html=1;verticalAlign=bottom;labelBackgroundColor=none;endArrow=open;endFill=0;dashed=1;rounded=0;exitX=1;exitY=1;exitDx=0;exitDy=0;entryX=0;entryY=0.25;entryDx=0;entryDy=0;entryPerimeter=0;" target="ttJMnmOJ9A8DWHro3bs2-332" value="&amp;lt;&amp;lt;include&amp;gt;&amp;gt;">
          <mxGeometry relative="1" width="160" as="geometry">
            <mxPoint x="220" y="180" as="sourcePoint" />
            <mxPoint x="238" y="293" as="targetPoint" />
          </mxGeometry>
        </mxCell>
        <mxCell id="ttJMnmOJ9A8DWHro3bs2-354" edge="1" parent="ttJMnmOJ9A8DWHro3bs2-319" source="ttJMnmOJ9A8DWHro3bs2-329" style="html=1;verticalAlign=bottom;labelBackgroundColor=none;endArrow=open;endFill=0;dashed=1;rounded=0;" target="ttJMnmOJ9A8DWHro3bs2-334" value="&amp;lt;&amp;lt;extend&amp;gt;&amp;gt;">
          <mxGeometry relative="1" width="160" as="geometry">
            <mxPoint x="197" y="390" as="sourcePoint" />
            <mxPoint x="180" y="510" as="targetPoint" />
          </mxGeometry>
        </mxCell>
        <mxCell id="ttJMnmOJ9A8DWHro3bs2-331" parent="ttJMnmOJ9A8DWHro3bs2-319" style="ellipse;whiteSpace=wrap;html=1;align=center;fontSize=8;" value="Memonitor kondisi aset" vertex="1">
          <mxGeometry height="40" width="70" x="170" y="160" as="geometry" />
        </mxCell>
        <mxCell id="Ji7-jTJ7KOdppPhq-gUy-9" parent="ttJMnmOJ9A8DWHro3bs2-319" style="ellipse;whiteSpace=wrap;html=1;align=center;fontSize=8;" value="Mengubah status jadwal" vertex="1">
          <mxGeometry height="40" width="70" x="123" y="100" as="geometry" />
        </mxCell>
        <mxCell id="Ji7-jTJ7KOdppPhq-gUy-11" edge="1" parent="ttJMnmOJ9A8DWHro3bs2-319" source="ttJMnmOJ9A8DWHro3bs2-326" style="html=1;verticalAlign=bottom;labelBackgroundColor=none;endArrow=open;endFill=0;dashed=1;rounded=0;" target="Ji7-jTJ7KOdppPhq-gUy-9" value="&amp;lt;&amp;lt;extend&amp;gt;&amp;gt;">
          <mxGeometry relative="1" width="160" as="geometry">
            <mxPoint x="190" y="372" as="sourcePoint" />
            <mxPoint x="278" y="220" as="targetPoint" />
          </mxGeometry>
        </mxCell>
        <mxCell id="ttJMnmOJ9A8DWHro3bs2-330" parent="ttJMnmOJ9A8DWHro3bs2-319" style="ellipse;whiteSpace=wrap;html=1;align=center;fontSize=8;" value="Menyetujui jadwal perawatan" vertex="1">
          <mxGeometry height="40" width="70" x="260" y="40" as="geometry" />
        </mxCell>
        <mxCell id="Z1_i2laTNwozgm0S6zVG-1" parent="ttJMnmOJ9A8DWHro3bs2-319" style="ellipse;whiteSpace=wrap;html=1;align=center;fontSize=8;" value="&lt;font style=&quot;font-size: 6px;&quot;&gt;Membuat pengajuan pembuatan tiket perbaikan aset&lt;/font&gt;" vertex="1">
          <mxGeometry height="40" width="70" x="130" y="50" as="geometry" />
        </mxCell>
        <mxCell id="JGa3toTjyCk54IzFmMTe-4" edge="1" parent="1" source="ttJMnmOJ9A8DWHro3bs2-320" style="rounded=0;orthogonalLoop=1;jettySize=auto;html=1;entryX=0;entryY=0.5;entryDx=0;entryDy=0;endArrow=none;endFill=0;" target="ttJMnmOJ9A8DWHro3bs2-334">
          <mxGeometry relative="1" as="geometry" />
        </mxCell>
        <mxCell id="ttJMnmOJ9A8DWHro3bs2-320" parent="1" style="shape=umlActor;verticalLabelPosition=bottom;verticalAlign=top;html=1;outlineConnect=0;" value="Teknisi" vertex="1">
          <mxGeometry height="30" width="20" x="100" y="1640" as="geometry" />
        </mxCell>
        <mxCell id="ttJMnmOJ9A8DWHro3bs2-321" parent="1" style="shape=umlActor;verticalLabelPosition=bottom;verticalAlign=top;html=1;outlineConnect=0;" value="Manager" vertex="1">
          <mxGeometry height="30" width="20" x="700" y="1650" as="geometry" />
        </mxCell>
        <mxCell id="ttJMnmOJ9A8DWHro3bs2-336" edge="1" parent="1" source="ttJMnmOJ9A8DWHro3bs2-322" style="rounded=0;orthogonalLoop=1;jettySize=auto;html=1;exitX=0;exitY=0.5;exitDx=0;exitDy=0;endArrow=none;endFill=0;" target="ttJMnmOJ9A8DWHro3bs2-320">
          <mxGeometry relative="1" as="geometry" />
        </mxCell>
        <mxCell id="ttJMnmOJ9A8DWHro3bs2-337" edge="1" parent="1" source="ttJMnmOJ9A8DWHro3bs2-323" style="rounded=0;orthogonalLoop=1;jettySize=auto;html=1;exitX=0;exitY=0.5;exitDx=0;exitDy=0;endArrow=none;endFill=0;" target="ttJMnmOJ9A8DWHro3bs2-320">
          <mxGeometry relative="1" as="geometry" />
        </mxCell>
        <mxCell id="ttJMnmOJ9A8DWHro3bs2-339" edge="1" parent="1" source="ttJMnmOJ9A8DWHro3bs2-325" style="rounded=0;orthogonalLoop=1;jettySize=auto;html=1;exitX=0;exitY=0.5;exitDx=0;exitDy=0;endArrow=none;endFill=0;" target="ttJMnmOJ9A8DWHro3bs2-320">
          <mxGeometry relative="1" as="geometry" />
        </mxCell>
        <mxCell id="ttJMnmOJ9A8DWHro3bs2-340" edge="1" parent="1" source="ttJMnmOJ9A8DWHro3bs2-326" style="rounded=0;orthogonalLoop=1;jettySize=auto;html=1;exitX=0;exitY=0.5;exitDx=0;exitDy=0;endArrow=none;endFill=0;" target="ttJMnmOJ9A8DWHro3bs2-320">
          <mxGeometry relative="1" as="geometry" />
        </mxCell>
        <mxCell id="ttJMnmOJ9A8DWHro3bs2-341" edge="1" parent="1" source="ttJMnmOJ9A8DWHro3bs2-328" style="rounded=0;orthogonalLoop=1;jettySize=auto;html=1;exitX=0;exitY=0.5;exitDx=0;exitDy=0;endArrow=none;endFill=0;" target="ttJMnmOJ9A8DWHro3bs2-320">
          <mxGeometry relative="1" as="geometry" />
        </mxCell>
        <mxCell id="ttJMnmOJ9A8DWHro3bs2-345" edge="1" parent="1" source="ttJMnmOJ9A8DWHro3bs2-330" style="rounded=0;orthogonalLoop=1;jettySize=auto;html=1;exitX=1;exitY=0.5;exitDx=0;exitDy=0;endArrow=none;endFill=0;" target="ttJMnmOJ9A8DWHro3bs2-321">
          <mxGeometry relative="1" as="geometry" />
        </mxCell>
        <mxCell id="ttJMnmOJ9A8DWHro3bs2-346" edge="1" parent="1" source="ttJMnmOJ9A8DWHro3bs2-331" style="rounded=0;orthogonalLoop=1;jettySize=auto;html=1;exitX=1;exitY=0.5;exitDx=0;exitDy=0;endArrow=none;endFill=0;" target="ttJMnmOJ9A8DWHro3bs2-321">
          <mxGeometry relative="1" as="geometry" />
        </mxCell>
        <mxCell id="ttJMnmOJ9A8DWHro3bs2-348" edge="1" parent="1" source="ttJMnmOJ9A8DWHro3bs2-332" style="rounded=0;orthogonalLoop=1;jettySize=auto;html=1;exitX=1;exitY=0.5;exitDx=0;exitDy=0;endArrow=none;endFill=0;" target="ttJMnmOJ9A8DWHro3bs2-321">
          <mxGeometry relative="1" as="geometry" />
        </mxCell>
        <mxCell id="ttJMnmOJ9A8DWHro3bs2-349" edge="1" parent="1" source="ttJMnmOJ9A8DWHro3bs2-333" style="rounded=0;orthogonalLoop=1;jettySize=auto;html=1;exitX=1;exitY=0.5;exitDx=0;exitDy=0;endArrow=none;endFill=0;" target="ttJMnmOJ9A8DWHro3bs2-321">
          <mxGeometry relative="1" as="geometry" />
        </mxCell>
        <mxCell id="ttJMnmOJ9A8DWHro3bs2-350" edge="1" parent="1" source="ttJMnmOJ9A8DWHro3bs2-334" style="rounded=0;orthogonalLoop=1;jettySize=auto;html=1;exitX=1;exitY=0.5;exitDx=0;exitDy=0;endArrow=none;endFill=0;" target="ttJMnmOJ9A8DWHro3bs2-321">
          <mxGeometry relative="1" as="geometry" />
        </mxCell>
        <mxCell id="ttJMnmOJ9A8DWHro3bs2-343" edge="1" parent="1" source="ttJMnmOJ9A8DWHro3bs2-329" style="rounded=0;orthogonalLoop=1;jettySize=auto;html=1;exitX=0;exitY=0.5;exitDx=0;exitDy=0;endArrow=none;endFill=0;" target="ttJMnmOJ9A8DWHro3bs2-320">
          <mxGeometry relative="1" as="geometry">
            <mxPoint x="119.99999999999977" y="1680" as="targetPoint" />
          </mxGeometry>
        </mxCell>
        <mxCell id="ttJMnmOJ9A8DWHro3bs2-355" parent="1" style="swimlane;whiteSpace=wrap;html=1;startSize=23;" value="&lt;span style=&quot;font-family: &amp;quot;Anthropic Sans&amp;quot;, -apple-system, BlinkMacSystemFont, &amp;quot;Segoe UI&amp;quot;, sans-serif; font-size: 14px; font-weight: 500; text-align: start; white-space: nowrap;&quot;&gt;Pelaporan dan Audit&lt;/span&gt;" vertex="1">
          <mxGeometry height="510" width="370" x="220" y="2080" as="geometry" />
        </mxCell>
        <mxCell id="ttJMnmOJ9A8DWHro3bs2-360" parent="ttJMnmOJ9A8DWHro3bs2-355" style="ellipse;whiteSpace=wrap;html=1;align=center;fontSize=8;" value="Mencetak laporan" vertex="1">
          <mxGeometry height="40" width="70" x="140" y="90" as="geometry" />
        </mxCell>
        <mxCell id="ttJMnmOJ9A8DWHro3bs2-361" parent="ttJMnmOJ9A8DWHro3bs2-355" style="ellipse;whiteSpace=wrap;html=1;align=center;fontSize=8;" value="Ekspor laporan ke PDF" vertex="1">
          <mxGeometry height="40" width="70" x="90" y="270" as="geometry" />
        </mxCell>
        <mxCell id="ttJMnmOJ9A8DWHro3bs2-362" parent="ttJMnmOJ9A8DWHro3bs2-355" style="ellipse;whiteSpace=wrap;html=1;align=center;fontSize=8;" value="Melihat dashboard ringkasan" vertex="1">
          <mxGeometry height="40" width="70" x="110" y="380" as="geometry" />
        </mxCell>
        <mxCell id="ttJMnmOJ9A8DWHro3bs2-371" parent="ttJMnmOJ9A8DWHro3bs2-355" style="ellipse;whiteSpace=wrap;html=1;align=center;fontSize=8;" value="Melihat log aktivitas sistem" vertex="1">
          <mxGeometry height="40" width="70" x="194" y="460" as="geometry" />
        </mxCell>
        <mxCell id="ttJMnmOJ9A8DWHro3bs2-363" parent="ttJMnmOJ9A8DWHro3bs2-355" style="ellipse;whiteSpace=wrap;html=1;align=center;fontSize=8;" value="Menjadwalkan laporan otomatis" vertex="1">
          <mxGeometry height="40" width="70" x="140" y="310" as="geometry" />
        </mxCell>
        <mxCell id="ttJMnmOJ9A8DWHro3bs2-369" parent="ttJMnmOJ9A8DWHro3bs2-355" style="ellipse;whiteSpace=wrap;html=1;align=center;fontSize=8;" value="Verifikasi kesesuaian data aset" vertex="1">
          <mxGeometry height="40" width="70" x="180" y="250" as="geometry" />
        </mxCell>
        <mxCell id="ttJMnmOJ9A8DWHro3bs2-367" parent="ttJMnmOJ9A8DWHro3bs2-355" style="ellipse;whiteSpace=wrap;html=1;align=center;fontSize=8;" value="Mencatat hasil audit" vertex="1">
          <mxGeometry height="40" width="70" x="160" y="40" as="geometry" />
        </mxCell>
        <mxCell id="ttJMnmOJ9A8DWHro3bs2-364" parent="ttJMnmOJ9A8DWHro3bs2-355" style="ellipse;whiteSpace=wrap;html=1;align=center;fontSize=8;" value="Memfilter laporan berdasar periode" vertex="1">
          <mxGeometry height="40" width="70" x="54" y="410" as="geometry" />
        </mxCell>
        <mxCell id="ttJMnmOJ9A8DWHro3bs2-365" parent="ttJMnmOJ9A8DWHro3bs2-355" style="ellipse;whiteSpace=wrap;html=1;align=center;fontSize=8;" value="Membandingkan data periodik" vertex="1">
          <mxGeometry height="40" width="70" x="60" y="460" as="geometry" />
        </mxCell>
        <mxCell id="ttJMnmOJ9A8DWHro3bs2-370" parent="ttJMnmOJ9A8DWHro3bs2-355" style="ellipse;whiteSpace=wrap;html=1;align=center;fontSize=8;" value="Menandai aset selisih" vertex="1">
          <mxGeometry height="40" width="70" x="200" y="400" as="geometry" />
        </mxCell>
        <mxCell id="ttJMnmOJ9A8DWHro3bs2-368" parent="ttJMnmOJ9A8DWHro3bs2-355" style="ellipse;whiteSpace=wrap;html=1;align=center;fontSize=8;" value="Membuat berita acara audit" vertex="1">
          <mxGeometry height="40" width="70" x="270" y="180" as="geometry" />
        </mxCell>
        <mxCell id="ttJMnmOJ9A8DWHro3bs2-390" edge="1" parent="ttJMnmOJ9A8DWHro3bs2-355" source="ttJMnmOJ9A8DWHro3bs2-370" style="html=1;verticalAlign=bottom;labelBackgroundColor=none;endArrow=open;endFill=0;dashed=1;rounded=0;exitX=0.5;exitY=0;exitDx=0;exitDy=0;entryX=1;entryY=1;entryDx=0;entryDy=0;" target="ttJMnmOJ9A8DWHro3bs2-368" value="&amp;lt;&amp;lt;extend&amp;gt;&amp;gt;">
          <mxGeometry relative="1" width="160" as="geometry">
            <mxPoint x="280" y="350" as="sourcePoint" />
            <mxPoint x="220" y="482" as="targetPoint" />
          </mxGeometry>
        </mxCell>
        <mxCell id="ttJMnmOJ9A8DWHro3bs2-358" parent="ttJMnmOJ9A8DWHro3bs2-355" style="ellipse;whiteSpace=wrap;html=1;align=center;fontSize=8;" value="Membuat laporan aset" vertex="1">
          <mxGeometry height="40" width="70" x="50" y="30" as="geometry" />
        </mxCell>
        <mxCell id="ttJMnmOJ9A8DWHro3bs2-359" parent="ttJMnmOJ9A8DWHro3bs2-355" style="ellipse;whiteSpace=wrap;html=1;align=center;fontSize=8;" value="Membuat laporan depresiasi" vertex="1">
          <mxGeometry height="40" width="70" x="20" y="80" as="geometry" />
        </mxCell>
        <mxCell id="SDq1_bFD7WnbyKTvlYuf-2" parent="ttJMnmOJ9A8DWHro3bs2-355" style="ellipse;whiteSpace=wrap;html=1;align=center;fontSize=8;" value="Mencetak laporan mutasi" vertex="1">
          <mxGeometry height="40" width="70" x="60" y="140" as="geometry" />
        </mxCell>
        <mxCell id="SDq1_bFD7WnbyKTvlYuf-3" parent="ttJMnmOJ9A8DWHro3bs2-355" style="ellipse;whiteSpace=wrap;html=1;align=center;fontSize=8;" value="Mencetak laporan audit" vertex="1">
          <mxGeometry height="40" width="70" x="90" y="210" as="geometry" />
        </mxCell>
        <mxCell id="SDq1_bFD7WnbyKTvlYuf-4" parent="ttJMnmOJ9A8DWHro3bs2-355" style="ellipse;whiteSpace=wrap;html=1;align=center;fontSize=8;" value="Mencetak laporan pajak" vertex="1">
          <mxGeometry height="40" width="70" x="160" y="180" as="geometry" />
        </mxCell>
        <mxCell id="SDq1_bFD7WnbyKTvlYuf-11" edge="1" parent="ttJMnmOJ9A8DWHro3bs2-355" source="SDq1_bFD7WnbyKTvlYuf-4" style="html=1;verticalAlign=bottom;labelBackgroundColor=none;endArrow=open;endFill=0;dashed=1;rounded=0;exitX=0.429;exitY=0;exitDx=0;exitDy=0;entryX=0.576;entryY=0.995;entryDx=0;entryDy=0;entryPerimeter=0;exitPerimeter=0;" target="ttJMnmOJ9A8DWHro3bs2-360" value="&amp;lt;&amp;lt;extend&amp;gt;&amp;gt;">
          <mxGeometry relative="1" width="160" as="geometry">
            <mxPoint x="190" y="326" as="sourcePoint" />
            <mxPoint x="285" y="140" as="targetPoint" />
          </mxGeometry>
        </mxCell>
        <mxCell id="SDq1_bFD7WnbyKTvlYuf-12" edge="1" parent="ttJMnmOJ9A8DWHro3bs2-355" source="SDq1_bFD7WnbyKTvlYuf-2" style="html=1;verticalAlign=bottom;labelBackgroundColor=none;endArrow=open;endFill=0;dashed=1;rounded=0;exitX=0.5;exitY=0;exitDx=0;exitDy=0;entryX=0.098;entryY=0.724;entryDx=0;entryDy=0;entryPerimeter=0;" target="ttJMnmOJ9A8DWHro3bs2-360" value="&amp;lt;&amp;lt;extend&amp;gt;&amp;gt;">
          <mxGeometry relative="1" width="160" as="geometry">
            <mxPoint x="140" y="150" as="sourcePoint" />
            <mxPoint x="159" y="120" as="targetPoint" />
          </mxGeometry>
        </mxCell>
        <mxCell id="SDq1_bFD7WnbyKTvlYuf-13" edge="1" parent="ttJMnmOJ9A8DWHro3bs2-355" source="SDq1_bFD7WnbyKTvlYuf-3" style="html=1;verticalAlign=bottom;labelBackgroundColor=none;endArrow=open;endFill=0;dashed=1;rounded=0;exitX=0.685;exitY=0;exitDx=0;exitDy=0;entryX=0.23;entryY=0.892;entryDx=0;entryDy=0;entryPerimeter=0;exitPerimeter=0;" target="ttJMnmOJ9A8DWHro3bs2-360" value="&amp;lt;&amp;lt;extend&amp;gt;&amp;gt;">
          <mxGeometry relative="1" width="160" as="geometry">
            <mxPoint x="170" y="230" as="sourcePoint" />
            <mxPoint x="189" y="200" as="targetPoint" />
          </mxGeometry>
        </mxCell>
        <mxCell id="JGa3toTjyCk54IzFmMTe-7" edge="1" parent="1" source="ttJMnmOJ9A8DWHro3bs2-356" style="rounded=0;orthogonalLoop=1;jettySize=auto;html=1;entryX=0;entryY=0.5;entryDx=0;entryDy=0;endArrow=none;endFill=0;" target="ttJMnmOJ9A8DWHro3bs2-369">
          <mxGeometry relative="1" as="geometry" />
        </mxCell>
        <mxCell id="ttJMnmOJ9A8DWHro3bs2-356" parent="1" style="shape=umlActor;verticalLabelPosition=bottom;verticalAlign=top;html=1;outlineConnect=0;" value="Admin" vertex="1">
          <mxGeometry height="30" width="20" x="90" y="2280" as="geometry" />
        </mxCell>
        <mxCell id="JGa3toTjyCk54IzFmMTe-6" edge="1" parent="1" source="ttJMnmOJ9A8DWHro3bs2-357" style="rounded=0;orthogonalLoop=1;jettySize=auto;html=1;entryX=1;entryY=0.5;entryDx=0;entryDy=0;endArrow=none;endFill=0;" target="ttJMnmOJ9A8DWHro3bs2-362">
          <mxGeometry relative="1" as="geometry" />
        </mxCell>
        <mxCell id="ttJMnmOJ9A8DWHro3bs2-357" parent="1" style="shape=umlActor;verticalLabelPosition=bottom;verticalAlign=top;html=1;outlineConnect=0;" value="Auditor" vertex="1">
          <mxGeometry height="30" width="20" x="680" y="2300" as="geometry" />
        </mxCell>
        <mxCell id="ttJMnmOJ9A8DWHro3bs2-366" parent="1" style="ellipse;whiteSpace=wrap;html=1;align=center;fontSize=8;" value="Mencatat hasil pencocokan aset" vertex="1">
          <mxGeometry height="40" width="70" x="480" y="2120" as="geometry" />
        </mxCell>
        <mxCell id="ttJMnmOJ9A8DWHro3bs2-372" edge="1" parent="1" source="ttJMnmOJ9A8DWHro3bs2-358" style="rounded=0;orthogonalLoop=1;jettySize=auto;html=1;exitX=0;exitY=0.5;exitDx=0;exitDy=0;endArrow=none;endFill=0;" target="ttJMnmOJ9A8DWHro3bs2-356">
          <mxGeometry relative="1" as="geometry" />
        </mxCell>
        <mxCell id="ttJMnmOJ9A8DWHro3bs2-373" edge="1" parent="1" source="ttJMnmOJ9A8DWHro3bs2-359" style="rounded=0;orthogonalLoop=1;jettySize=auto;html=1;exitX=0;exitY=0.5;exitDx=0;exitDy=0;endArrow=none;endFill=0;" target="ttJMnmOJ9A8DWHro3bs2-356">
          <mxGeometry relative="1" as="geometry" />
        </mxCell>
        <mxCell id="ttJMnmOJ9A8DWHro3bs2-374" edge="1" parent="1" source="ttJMnmOJ9A8DWHro3bs2-360" style="rounded=0;orthogonalLoop=1;jettySize=auto;html=1;exitX=0;exitY=0.5;exitDx=0;exitDy=0;endArrow=none;endFill=0;" target="ttJMnmOJ9A8DWHro3bs2-356">
          <mxGeometry relative="1" as="geometry" />
        </mxCell>
        <mxCell id="ttJMnmOJ9A8DWHro3bs2-375" edge="1" parent="1" source="ttJMnmOJ9A8DWHro3bs2-361" style="rounded=0;orthogonalLoop=1;jettySize=auto;html=1;exitX=0;exitY=0.5;exitDx=0;exitDy=0;endArrow=none;endFill=0;" target="ttJMnmOJ9A8DWHro3bs2-356">
          <mxGeometry relative="1" as="geometry" />
        </mxCell>
        <mxCell id="ttJMnmOJ9A8DWHro3bs2-376" edge="1" parent="1" source="ttJMnmOJ9A8DWHro3bs2-362" style="rounded=0;orthogonalLoop=1;jettySize=auto;html=1;exitX=0;exitY=0.5;exitDx=0;exitDy=0;endArrow=none;endFill=0;" target="ttJMnmOJ9A8DWHro3bs2-356">
          <mxGeometry relative="1" as="geometry" />
        </mxCell>
        <mxCell id="ttJMnmOJ9A8DWHro3bs2-377" edge="1" parent="1" source="ttJMnmOJ9A8DWHro3bs2-364" style="rounded=0;orthogonalLoop=1;jettySize=auto;html=1;exitX=0;exitY=0.5;exitDx=0;exitDy=0;endArrow=none;endFill=0;" target="ttJMnmOJ9A8DWHro3bs2-356">
          <mxGeometry relative="1" as="geometry" />
        </mxCell>
        <mxCell id="ttJMnmOJ9A8DWHro3bs2-378" edge="1" parent="1" source="ttJMnmOJ9A8DWHro3bs2-365" style="rounded=0;orthogonalLoop=1;jettySize=auto;html=1;exitX=0;exitY=0.5;exitDx=0;exitDy=0;endArrow=none;endFill=0;">
          <mxGeometry relative="1" as="geometry">
            <mxPoint x="110" y="2310" as="targetPoint" />
          </mxGeometry>
        </mxCell>
        <mxCell id="ttJMnmOJ9A8DWHro3bs2-379" edge="1" parent="1" source="ttJMnmOJ9A8DWHro3bs2-366" style="rounded=0;orthogonalLoop=1;jettySize=auto;html=1;exitX=1;exitY=0.5;exitDx=0;exitDy=0;endArrow=none;endFill=0;" target="ttJMnmOJ9A8DWHro3bs2-357">
          <mxGeometry relative="1" as="geometry" />
        </mxCell>
        <mxCell id="ttJMnmOJ9A8DWHro3bs2-382" edge="1" parent="1" source="ttJMnmOJ9A8DWHro3bs2-367" style="rounded=0;orthogonalLoop=1;jettySize=auto;html=1;exitX=1;exitY=0.5;exitDx=0;exitDy=0;endArrow=none;endFill=0;" target="ttJMnmOJ9A8DWHro3bs2-357">
          <mxGeometry relative="1" as="geometry" />
        </mxCell>
        <mxCell id="ttJMnmOJ9A8DWHro3bs2-383" edge="1" parent="1" source="ttJMnmOJ9A8DWHro3bs2-368" style="rounded=0;orthogonalLoop=1;jettySize=auto;html=1;exitX=1;exitY=0.5;exitDx=0;exitDy=0;endArrow=none;endFill=0;" target="ttJMnmOJ9A8DWHro3bs2-357">
          <mxGeometry relative="1" as="geometry" />
        </mxCell>
        <mxCell id="ttJMnmOJ9A8DWHro3bs2-384" edge="1" parent="1" source="ttJMnmOJ9A8DWHro3bs2-369" style="rounded=0;orthogonalLoop=1;jettySize=auto;html=1;exitX=1;exitY=0.5;exitDx=0;exitDy=0;endArrow=none;endFill=0;" target="ttJMnmOJ9A8DWHro3bs2-357">
          <mxGeometry relative="1" as="geometry" />
        </mxCell>
        <mxCell id="ttJMnmOJ9A8DWHro3bs2-385" edge="1" parent="1" source="ttJMnmOJ9A8DWHro3bs2-370" style="rounded=0;orthogonalLoop=1;jettySize=auto;html=1;exitX=1;exitY=0.5;exitDx=0;exitDy=0;endArrow=none;endFill=0;" target="ttJMnmOJ9A8DWHro3bs2-357">
          <mxGeometry relative="1" as="geometry" />
        </mxCell>
        <mxCell id="ttJMnmOJ9A8DWHro3bs2-386" edge="1" parent="1" source="ttJMnmOJ9A8DWHro3bs2-371" style="rounded=0;orthogonalLoop=1;jettySize=auto;html=1;exitX=1;exitY=0.5;exitDx=0;exitDy=0;endArrow=none;endFill=0;" target="ttJMnmOJ9A8DWHro3bs2-357">
          <mxGeometry relative="1" as="geometry" />
        </mxCell>
        <mxCell id="ttJMnmOJ9A8DWHro3bs2-388" edge="1" parent="1" source="ttJMnmOJ9A8DWHro3bs2-363" style="rounded=0;orthogonalLoop=1;jettySize=auto;html=1;exitX=0;exitY=0.5;exitDx=0;exitDy=0;endArrow=none;endFill=0;" target="ttJMnmOJ9A8DWHro3bs2-356">
          <mxGeometry relative="1" as="geometry" />
        </mxCell>
        <mxCell id="ttJMnmOJ9A8DWHro3bs2-389" edge="1" parent="1" source="ttJMnmOJ9A8DWHro3bs2-366" style="html=1;verticalAlign=bottom;labelBackgroundColor=none;endArrow=open;endFill=0;dashed=1;rounded=0;exitX=0.5;exitY=1;exitDx=0;exitDy=0;entryX=0.5;entryY=0;entryDx=0;entryDy=0;" target="ttJMnmOJ9A8DWHro3bs2-369" value="&amp;lt;&amp;lt;include&amp;gt;&amp;gt;">
          <mxGeometry relative="1" width="160" as="geometry">
            <mxPoint x="540" y="2180" as="sourcePoint" />
            <mxPoint x="620" y="2206" as="targetPoint" />
          </mxGeometry>
        </mxCell>
        <mxCell id="ttJMnmOJ9A8DWHro3bs2-391" parent="1" style="swimlane;whiteSpace=wrap;html=1;startSize=23;" value="&lt;span style=&quot;font-family: &amp;quot;Anthropic Sans&amp;quot;, -apple-system, BlinkMacSystemFont, &amp;quot;Segoe UI&amp;quot;, sans-serif; font-size: 14px; font-weight: 500; text-align: start; white-space: nowrap;&quot;&gt;Keamanan dan Pengaturan Sistem&lt;/span&gt;" vertex="1">
          <mxGeometry height="510" width="370" x="220" y="2730" as="geometry" />
        </mxCell>
        <mxCell id="ttJMnmOJ9A8DWHro3bs2-396" parent="ttJMnmOJ9A8DWHro3bs2-391" style="ellipse;whiteSpace=wrap;html=1;align=center;fontSize=8;" value="Restore data dari backup" vertex="1">
          <mxGeometry height="40" width="70" x="50" y="280" as="geometry" />
        </mxCell>
        <mxCell id="ttJMnmOJ9A8DWHro3bs2-397" parent="ttJMnmOJ9A8DWHro3bs2-391" style="ellipse;whiteSpace=wrap;html=1;align=center;fontSize=8;" value="Menyimpan konfigurasi kebijakan sistem" vertex="1">
          <mxGeometry height="40" width="70" x="110" y="320" as="geometry" />
        </mxCell>
        <mxCell id="ttJMnmOJ9A8DWHro3bs2-392" parent="ttJMnmOJ9A8DWHro3bs2-391" style="ellipse;whiteSpace=wrap;html=1;align=center;fontSize=8;" value="Menambah akun pengguna" vertex="1">
          <mxGeometry height="40" width="70" x="70" y="40" as="geometry" />
        </mxCell>
        <mxCell id="ttJMnmOJ9A8DWHro3bs2-393" parent="ttJMnmOJ9A8DWHro3bs2-391" style="ellipse;whiteSpace=wrap;html=1;align=center;fontSize=8;" value="Menyimpan konfigurasi hak akses (RBAC)" vertex="1">
          <mxGeometry height="40" width="70" x="50" y="90" as="geometry" />
        </mxCell>
        <mxCell id="ttJMnmOJ9A8DWHro3bs2-407" parent="ttJMnmOJ9A8DWHro3bs2-391" style="ellipse;whiteSpace=wrap;html=1;align=center;fontSize=8;" value="Reset password via email" vertex="1">
          <mxGeometry height="40" width="70" x="200" y="220" as="geometry" />
        </mxCell>
        <mxCell id="ttJMnmOJ9A8DWHro3bs2-408" parent="ttJMnmOJ9A8DWHro3bs2-391" style="ellipse;whiteSpace=wrap;html=1;align=center;fontSize=8;" value="Mengaktifkan autentikasi 2FA" vertex="1">
          <mxGeometry height="40" width="70" x="194" y="290" as="geometry" />
        </mxCell>
        <mxCell id="ttJMnmOJ9A8DWHro3bs2-409" parent="ttJMnmOJ9A8DWHro3bs2-391" style="ellipse;whiteSpace=wrap;html=1;align=center;fontSize=8;" value="Memperbarui profil pengguna" vertex="1">
          <mxGeometry height="40" width="70" x="194" y="370" as="geometry" />
        </mxCell>
        <mxCell id="ttJMnmOJ9A8DWHro3bs2-398" parent="ttJMnmOJ9A8DWHro3bs2-391" style="ellipse;whiteSpace=wrap;html=1;align=center;fontSize=8;" value="Melakukan backup data" vertex="1">
          <mxGeometry height="40" width="70" x="110" y="250" as="geometry" />
        </mxCell>
        <mxCell id="ttJMnmOJ9A8DWHro3bs2-405" parent="ttJMnmOJ9A8DWHro3bs2-391" style="ellipse;whiteSpace=wrap;html=1;align=center;fontSize=8;" value="Logout dari sistem" vertex="1">
          <mxGeometry height="40" width="70" x="190" y="50" as="geometry" />
        </mxCell>
        <mxCell id="ttJMnmOJ9A8DWHro3bs2-406" parent="ttJMnmOJ9A8DWHro3bs2-391" style="ellipse;whiteSpace=wrap;html=1;align=center;fontSize=8;" value="Mengubah password" vertex="1">
          <mxGeometry height="40" width="70" x="150" y="152" as="geometry" />
        </mxCell>
        <mxCell id="ttJMnmOJ9A8DWHro3bs2-434" edge="1" parent="ttJMnmOJ9A8DWHro3bs2-391" source="ttJMnmOJ9A8DWHro3bs2-406" style="html=1;verticalAlign=bottom;labelBackgroundColor=none;endArrow=open;endFill=0;dashed=1;rounded=0;exitX=0;exitY=0.5;exitDx=0;exitDy=0;entryX=1;entryY=0;entryDx=0;entryDy=0;" target="ttJMnmOJ9A8DWHro3bs2-397" value="&amp;lt;&amp;lt;include&amp;gt;&amp;gt;">
          <mxGeometry relative="1" width="160" as="geometry">
            <mxPoint x="501" y="90" as="sourcePoint" />
            <mxPoint x="400" y="225" as="targetPoint" />
          </mxGeometry>
        </mxCell>
        <mxCell id="ttJMnmOJ9A8DWHro3bs2-394" parent="ttJMnmOJ9A8DWHro3bs2-391" style="ellipse;whiteSpace=wrap;html=1;align=center;fontSize=8;" value="Menonaktifkan akun" vertex="1">
          <mxGeometry height="40" width="70" x="124" y="112" as="geometry" />
        </mxCell>
        <mxCell id="ttJMnmOJ9A8DWHro3bs2-395" parent="1" style="ellipse;whiteSpace=wrap;html=1;align=center;fontSize=8;" value="Melihat log aktivitas pengguna" vertex="1">
          <mxGeometry height="40" width="70" x="280" y="2940" as="geometry" />
        </mxCell>
        <mxCell id="ttJMnmOJ9A8DWHro3bs2-399" parent="1" style="ellipse;whiteSpace=wrap;html=1;align=center;fontSize=8;" value="Mengonfigurasi notifikasi sistem" vertex="1">
          <mxGeometry height="40" width="70" x="310" y="3110" as="geometry" />
        </mxCell>
        <mxCell id="ttJMnmOJ9A8DWHro3bs2-400" parent="1" style="ellipse;whiteSpace=wrap;html=1;align=center;fontSize=8;" value="Memperbarui master data" vertex="1">
          <mxGeometry height="40" width="70" x="260" y="3170" as="geometry" />
        </mxCell>
        <mxCell id="JGa3toTjyCk54IzFmMTe-8" edge="1" parent="1" source="ttJMnmOJ9A8DWHro3bs2-402" style="rounded=0;orthogonalLoop=1;jettySize=auto;html=1;entryX=0;entryY=0.5;entryDx=0;entryDy=0;endArrow=none;endFill=0;" target="ttJMnmOJ9A8DWHro3bs2-406">
          <mxGeometry relative="1" as="geometry" />
        </mxCell>
        <mxCell id="ttJMnmOJ9A8DWHro3bs2-402" parent="1" style="shape=umlActor;verticalLabelPosition=bottom;verticalAlign=top;html=1;outlineConnect=0;" value="Admin" vertex="1">
          <mxGeometry height="30" width="20" x="70" y="2970" as="geometry" />
        </mxCell>
        <mxCell id="ttJMnmOJ9A8DWHro3bs2-403" parent="1" style="shape=umlActor;verticalLabelPosition=bottom;verticalAlign=top;html=1;outlineConnect=0;" value="Pengguna" vertex="1">
          <mxGeometry height="30" width="20" x="700" y="2980" as="geometry" />
        </mxCell>
        <mxCell id="ttJMnmOJ9A8DWHro3bs2-404" parent="1" style="ellipse;whiteSpace=wrap;html=1;align=center;fontSize=8;" value="Login ke sistem" vertex="1">
          <mxGeometry height="40" width="70" x="490" y="2770" as="geometry" />
        </mxCell>
        <mxCell id="ttJMnmOJ9A8DWHro3bs2-411" edge="1" parent="1" source="ttJMnmOJ9A8DWHro3bs2-404" style="rounded=0;orthogonalLoop=1;jettySize=auto;html=1;exitX=1;exitY=0.5;exitDx=0;exitDy=0;endArrow=none;endFill=0;" target="ttJMnmOJ9A8DWHro3bs2-403">
          <mxGeometry relative="1" as="geometry" />
        </mxCell>
        <mxCell id="ttJMnmOJ9A8DWHro3bs2-412" edge="1" parent="1" source="ttJMnmOJ9A8DWHro3bs2-405" style="rounded=0;orthogonalLoop=1;jettySize=auto;html=1;exitX=1;exitY=0.5;exitDx=0;exitDy=0;endArrow=none;endFill=0;" target="ttJMnmOJ9A8DWHro3bs2-403">
          <mxGeometry relative="1" as="geometry" />
        </mxCell>
        <mxCell id="ttJMnmOJ9A8DWHro3bs2-413" edge="1" parent="1" source="ttJMnmOJ9A8DWHro3bs2-406" style="rounded=0;orthogonalLoop=1;jettySize=auto;html=1;exitX=1;exitY=0.5;exitDx=0;exitDy=0;endArrow=none;endFill=0;" target="ttJMnmOJ9A8DWHro3bs2-403">
          <mxGeometry relative="1" as="geometry" />
        </mxCell>
        <mxCell id="ttJMnmOJ9A8DWHro3bs2-414" edge="1" parent="1" source="ttJMnmOJ9A8DWHro3bs2-407" style="rounded=0;orthogonalLoop=1;jettySize=auto;html=1;exitX=1;exitY=0.5;exitDx=0;exitDy=0;endArrow=none;endFill=0;" target="ttJMnmOJ9A8DWHro3bs2-403">
          <mxGeometry relative="1" as="geometry" />
        </mxCell>
        <mxCell id="ttJMnmOJ9A8DWHro3bs2-415" edge="1" parent="1" source="ttJMnmOJ9A8DWHro3bs2-408" style="rounded=0;orthogonalLoop=1;jettySize=auto;html=1;exitX=1;exitY=0.5;exitDx=0;exitDy=0;endArrow=none;endFill=0;" target="ttJMnmOJ9A8DWHro3bs2-403">
          <mxGeometry relative="1" as="geometry" />
        </mxCell>
        <mxCell id="ttJMnmOJ9A8DWHro3bs2-416" edge="1" parent="1" source="ttJMnmOJ9A8DWHro3bs2-409" style="rounded=0;orthogonalLoop=1;jettySize=auto;html=1;exitX=1;exitY=0.5;exitDx=0;exitDy=0;endArrow=none;endFill=0;" target="ttJMnmOJ9A8DWHro3bs2-403">
          <mxGeometry relative="1" as="geometry" />
        </mxCell>
        <mxCell id="ttJMnmOJ9A8DWHro3bs2-419" edge="1" parent="1" source="ttJMnmOJ9A8DWHro3bs2-392" style="rounded=0;orthogonalLoop=1;jettySize=auto;html=1;exitX=0;exitY=0.5;exitDx=0;exitDy=0;endArrow=none;endFill=0;" target="ttJMnmOJ9A8DWHro3bs2-402">
          <mxGeometry relative="1" as="geometry" />
        </mxCell>
        <mxCell id="ttJMnmOJ9A8DWHro3bs2-420" edge="1" parent="1" source="ttJMnmOJ9A8DWHro3bs2-393" style="rounded=0;orthogonalLoop=1;jettySize=auto;html=1;exitX=0;exitY=0.5;exitDx=0;exitDy=0;endArrow=none;endFill=0;" target="ttJMnmOJ9A8DWHro3bs2-402">
          <mxGeometry relative="1" as="geometry" />
        </mxCell>
        <mxCell id="ttJMnmOJ9A8DWHro3bs2-422" edge="1" parent="1" source="ttJMnmOJ9A8DWHro3bs2-394" style="rounded=0;orthogonalLoop=1;jettySize=auto;html=1;exitX=0;exitY=0.5;exitDx=0;exitDy=0;endArrow=none;endFill=0;" target="ttJMnmOJ9A8DWHro3bs2-402">
          <mxGeometry relative="1" as="geometry" />
        </mxCell>
        <mxCell id="ttJMnmOJ9A8DWHro3bs2-423" edge="1" parent="1" source="ttJMnmOJ9A8DWHro3bs2-395" style="rounded=0;orthogonalLoop=1;jettySize=auto;html=1;exitX=0;exitY=0.5;exitDx=0;exitDy=0;endArrow=none;endFill=0;" target="ttJMnmOJ9A8DWHro3bs2-402">
          <mxGeometry relative="1" as="geometry" />
        </mxCell>
        <mxCell id="ttJMnmOJ9A8DWHro3bs2-424" edge="1" parent="1" source="ttJMnmOJ9A8DWHro3bs2-396" style="rounded=0;orthogonalLoop=1;jettySize=auto;html=1;exitX=0;exitY=0.5;exitDx=0;exitDy=0;endArrow=none;endFill=0;" target="ttJMnmOJ9A8DWHro3bs2-402">
          <mxGeometry relative="1" as="geometry" />
        </mxCell>
        <mxCell id="ttJMnmOJ9A8DWHro3bs2-425" edge="1" parent="1" source="ttJMnmOJ9A8DWHro3bs2-397" style="rounded=0;orthogonalLoop=1;jettySize=auto;html=1;exitX=0;exitY=0.5;exitDx=0;exitDy=0;endArrow=none;endFill=0;" target="ttJMnmOJ9A8DWHro3bs2-402">
          <mxGeometry relative="1" as="geometry" />
        </mxCell>
        <mxCell id="ttJMnmOJ9A8DWHro3bs2-426" edge="1" parent="1" source="ttJMnmOJ9A8DWHro3bs2-398" style="rounded=0;orthogonalLoop=1;jettySize=auto;html=1;exitX=0;exitY=0.5;exitDx=0;exitDy=0;endArrow=none;endFill=0;" target="ttJMnmOJ9A8DWHro3bs2-402">
          <mxGeometry relative="1" as="geometry" />
        </mxCell>
        <mxCell id="ttJMnmOJ9A8DWHro3bs2-429" edge="1" parent="1" source="ttJMnmOJ9A8DWHro3bs2-399" style="rounded=0;orthogonalLoop=1;jettySize=auto;html=1;exitX=0;exitY=0.5;exitDx=0;exitDy=0;endArrow=none;endFill=0;" target="ttJMnmOJ9A8DWHro3bs2-402">
          <mxGeometry relative="1" as="geometry" />
        </mxCell>
        <mxCell id="ttJMnmOJ9A8DWHro3bs2-430" edge="1" parent="1" source="ttJMnmOJ9A8DWHro3bs2-400" style="rounded=0;orthogonalLoop=1;jettySize=auto;html=1;exitX=0;exitY=0.5;exitDx=0;exitDy=0;endArrow=none;endFill=0;" target="ttJMnmOJ9A8DWHro3bs2-402">
          <mxGeometry relative="1" as="geometry" />
        </mxCell>
        <mxCell id="ttJMnmOJ9A8DWHro3bs2-433" edge="1" parent="1" source="ttJMnmOJ9A8DWHro3bs2-407" style="html=1;verticalAlign=bottom;labelBackgroundColor=none;endArrow=open;endFill=0;dashed=1;rounded=0;" target="ttJMnmOJ9A8DWHro3bs2-404" value="&amp;lt;&amp;lt;extend&amp;gt;&amp;gt;">
          <mxGeometry relative="1" width="160" as="geometry">
            <mxPoint x="650" y="2976" as="sourcePoint" />
            <mxPoint x="675" y="2850" as="targetPoint" />
          </mxGeometry>
        </mxCell>
        <mxCell id="JGa3toTjyCk54IzFmMTe-1" edge="1" parent="1" source="ttJMnmOJ9A8DWHro3bs2-257" style="rounded=0;orthogonalLoop=1;jettySize=auto;html=1;exitX=1;exitY=0.5;exitDx=0;exitDy=0;endArrow=none;endFill=0;" target="ttJMnmOJ9A8DWHro3bs2-251">
          <mxGeometry relative="1" as="geometry" />
        </mxCell>
        <mxCell id="JGa3toTjyCk54IzFmMTe-2" edge="1" parent="1" source="ttJMnmOJ9A8DWHro3bs2-259" style="rounded=0;orthogonalLoop=1;jettySize=auto;html=1;exitX=1;exitY=0;exitDx=0;exitDy=0;endArrow=none;endFill=0;" target="ttJMnmOJ9A8DWHro3bs2-251">
          <mxGeometry relative="1" as="geometry" />
        </mxCell>
        <mxCell id="JGa3toTjyCk54IzFmMTe-5" edge="1" parent="1" source="ttJMnmOJ9A8DWHro3bs2-320" style="rounded=0;orthogonalLoop=1;jettySize=auto;html=1;entryX=0.047;entryY=0.73;entryDx=0;entryDy=0;entryPerimeter=0;endArrow=none;endFill=0;" target="ttJMnmOJ9A8DWHro3bs2-331">
          <mxGeometry relative="1" as="geometry" />
        </mxCell>
        <mxCell id="SDq1_bFD7WnbyKTvlYuf-1" edge="1" parent="1" source="ttJMnmOJ9A8DWHro3bs2-324" style="rounded=0;orthogonalLoop=1;jettySize=auto;html=1;exitX=1;exitY=0.5;exitDx=0;exitDy=0;endArrow=none;endFill=0;" target="ttJMnmOJ9A8DWHro3bs2-321">
          <mxGeometry relative="1" as="geometry" />
        </mxCell>
        <mxCell id="SDq1_bFD7WnbyKTvlYuf-8" edge="1" parent="1" source="SDq1_bFD7WnbyKTvlYuf-2" style="rounded=0;orthogonalLoop=1;jettySize=auto;html=1;exitX=0;exitY=0.5;exitDx=0;exitDy=0;endArrow=none;endFill=0;" target="ttJMnmOJ9A8DWHro3bs2-356">
          <mxGeometry relative="1" as="geometry" />
        </mxCell>
        <mxCell id="SDq1_bFD7WnbyKTvlYuf-9" edge="1" parent="1" source="SDq1_bFD7WnbyKTvlYuf-4" style="rounded=0;orthogonalLoop=1;jettySize=auto;html=1;exitX=0;exitY=0.5;exitDx=0;exitDy=0;endArrow=none;endFill=0;" target="ttJMnmOJ9A8DWHro3bs2-356">
          <mxGeometry relative="1" as="geometry" />
        </mxCell>
        <mxCell id="SDq1_bFD7WnbyKTvlYuf-10" edge="1" parent="1" source="SDq1_bFD7WnbyKTvlYuf-3" style="rounded=0;orthogonalLoop=1;jettySize=auto;html=1;exitX=0;exitY=0.5;exitDx=0;exitDy=0;endArrow=none;endFill=0;" target="ttJMnmOJ9A8DWHro3bs2-356">
          <mxGeometry relative="1" as="geometry" />
        </mxCell>
        <mxCell id="Ji7-jTJ7KOdppPhq-gUy-1" edge="1" parent="1" source="ttJMnmOJ9A8DWHro3bs2-229" style="rounded=0;orthogonalLoop=1;jettySize=auto;html=1;exitX=0;exitY=0.5;exitDx=0;exitDy=0;endArrow=none;endFill=0;" target="ttJMnmOJ9A8DWHro3bs2-210">
          <mxGeometry relative="1" as="geometry" />
        </mxCell>
        <mxCell id="Ji7-jTJ7KOdppPhq-gUy-2" edge="1" parent="1" source="ttJMnmOJ9A8DWHro3bs2-214" style="rounded=0;orthogonalLoop=1;jettySize=auto;html=1;exitX=1;exitY=0.5;exitDx=0;exitDy=0;endArrow=none;endFill=0;" target="ttJMnmOJ9A8DWHro3bs2-211">
          <mxGeometry relative="1" as="geometry" />
        </mxCell>
        <mxCell id="Ji7-jTJ7KOdppPhq-gUy-7" edge="1" parent="1" source="Ji7-jTJ7KOdppPhq-gUy-6" style="rounded=0;orthogonalLoop=1;jettySize=auto;html=1;exitX=0;exitY=0.5;exitDx=0;exitDy=0;endArrow=none;endFill=0;" target="ttJMnmOJ9A8DWHro3bs2-250">
          <mxGeometry relative="1" as="geometry" />
        </mxCell>
        <mxCell id="Ji7-jTJ7KOdppPhq-gUy-10" edge="1" parent="1" source="Ji7-jTJ7KOdppPhq-gUy-9" style="rounded=0;orthogonalLoop=1;jettySize=auto;html=1;exitX=0;exitY=0.5;exitDx=0;exitDy=0;endArrow=none;endFill=0;" target="ttJMnmOJ9A8DWHro3bs2-320">
          <mxGeometry relative="1" as="geometry" />
        </mxCell>
        <mxCell id="Z1_i2laTNwozgm0S6zVG-2" edge="1" parent="1" source="Z1_i2laTNwozgm0S6zVG-1" style="rounded=0;orthogonalLoop=1;jettySize=auto;html=1;exitX=0;exitY=0.5;exitDx=0;exitDy=0;endArrow=none;endFill=0;" target="ttJMnmOJ9A8DWHro3bs2-320">
          <mxGeometry relative="1" as="geometry" />
        </mxCell>
      </root>
    </mxGraphModel>
  </diagram>
</mxfile>
